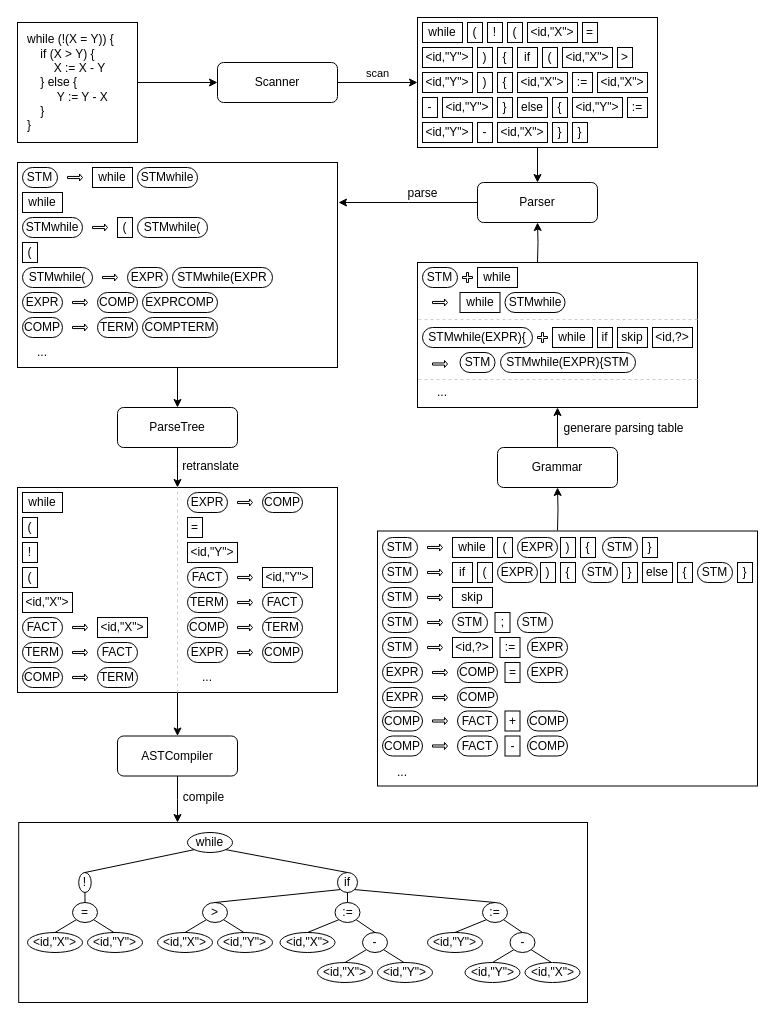
Above: images/structure.drawio in Gizmoscope/while (draw.io), before the change. Source tidied: cells renumbered, new cells numbered last; positions are measured from the earlier drawing's top-left corner, leaving out a move shared by most shapes. Both pictures are drawn from the tidied source at 100%, with x=0, y=0 at pixel (17, 17).
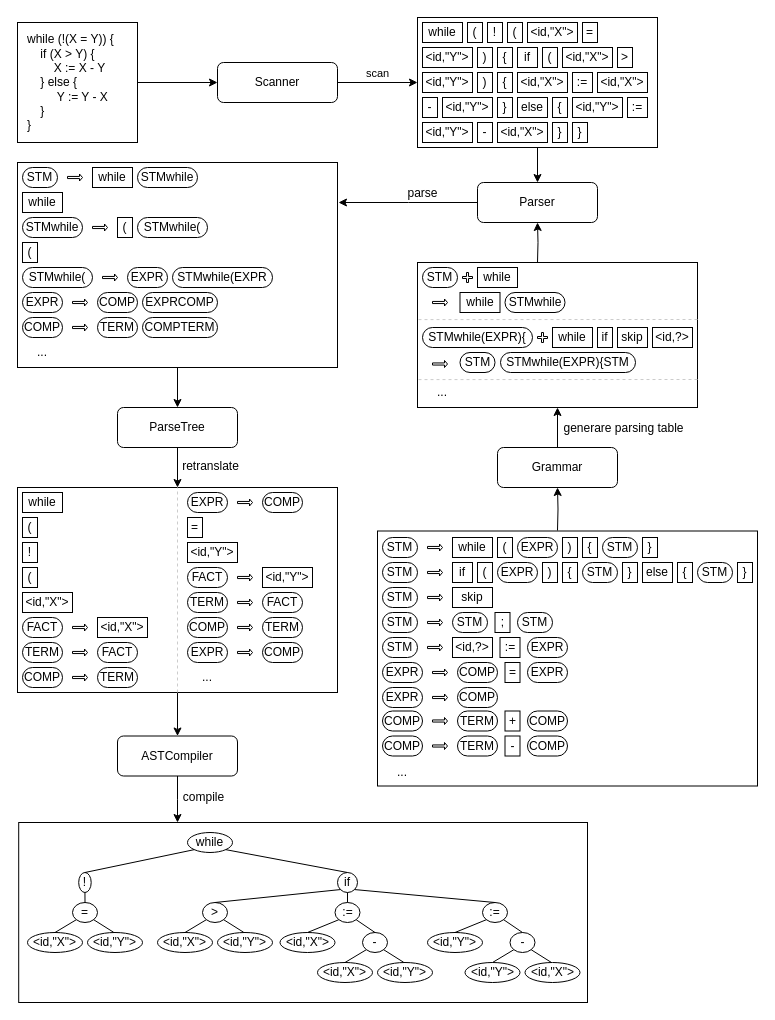
The same diagram, later.

Change to the diagram source:
```diff
@@
     <mxCell id="136" value=")" style="rounded=0;whiteSpace=wrap;html=1;fontSize=12;spacing=0;" parent="1" vertex="1">
-      <mxGeometry x="543" y="520" width="15" height="20" as="geometry" />
+      <mxGeometry x="545" y="520" width="15" height="20" as="geometry" />
     </mxCell>
     <mxCell id="137" value="{" style="rounded=0;whiteSpace=wrap;html=1;fontSize=12;spacing=0;" parent="1" vertex="1">
-      <mxGeometry x="563" y="520" width="15" height="20" as="geometry" />
+      <mxGeometry x="565" y="520" width="15" height="20" as="geometry" />
     </mxCell>
@@
     <mxCell id="145" value=")" style="rounded=0;whiteSpace=wrap;html=1;fontSize=12;spacing=0;" parent="1" vertex="1">
-      <mxGeometry x="523" y="545" width="15" height="20" as="geometry" />
+      <mxGeometry x="525" y="545" width="15" height="20" as="geometry" />
     </mxCell>
     <mxCell id="146" value="{" style="rounded=0;whiteSpace=wrap;html=1;fontSize=12;spacing=0;" parent="1" vertex="1">
-      <mxGeometry x="543" y="545" width="15" height="20" as="geometry" />
+      <mxGeometry x="545" y="545" width="15" height="20" as="geometry" />
     </mxCell>
@@
-    <mxCell id="213" value="FACT" style="rounded=1;whiteSpace=wrap;html=1;fontSize=12;arcSize=50;" parent="1" vertex="1">
+    <mxCell id="213" value="TERM" style="rounded=1;whiteSpace=wrap;html=1;fontSize=12;arcSize=50;" parent="1" vertex="1">
       <mxGeometry x="440" y="693.5" width="40" height="20" as="geometry" />
     </mxCell>
@@
-    <mxCell id="218" value="FACT" style="rounded=1;whiteSpace=wrap;html=1;fontSize=12;arcSize=50;" parent="1" vertex="1">
+    <mxCell id="218" value="TERM" style="rounded=1;whiteSpace=wrap;html=1;fontSize=12;arcSize=50;" parent="1" vertex="1">
       <mxGeometry x="440" y="718.5" width="40" height="20" as="geometry" />
     </mxCell>
```
